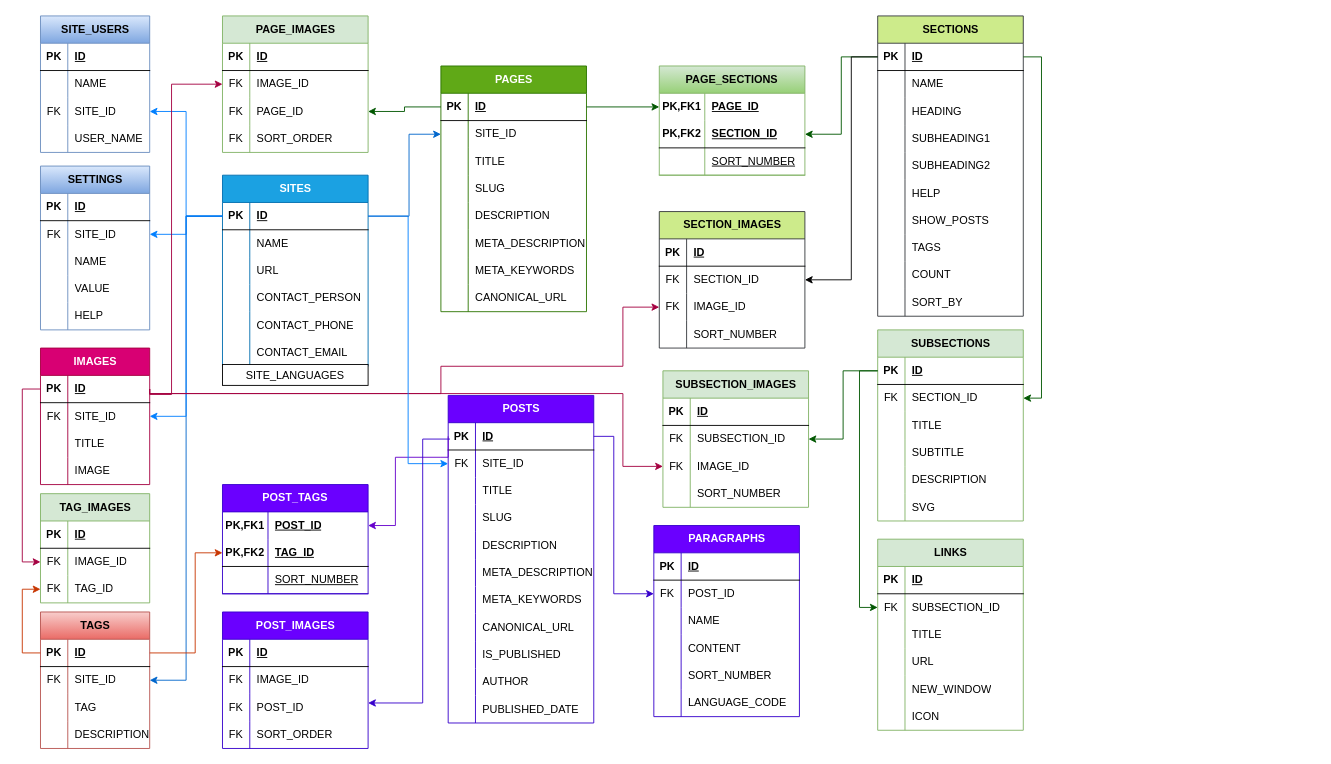
The draw.io diagram ercms.drawio in sudguru/draw-io, before the edit. Source tidied: cells renumbered, new cells numbered last; positions are measured from the earlier drawing's top-left corner, leaving out a move shared by most shapes. Both pictures are drawn from the tidied source at 91%, with x=0, y=0 at pixel (40, 15).
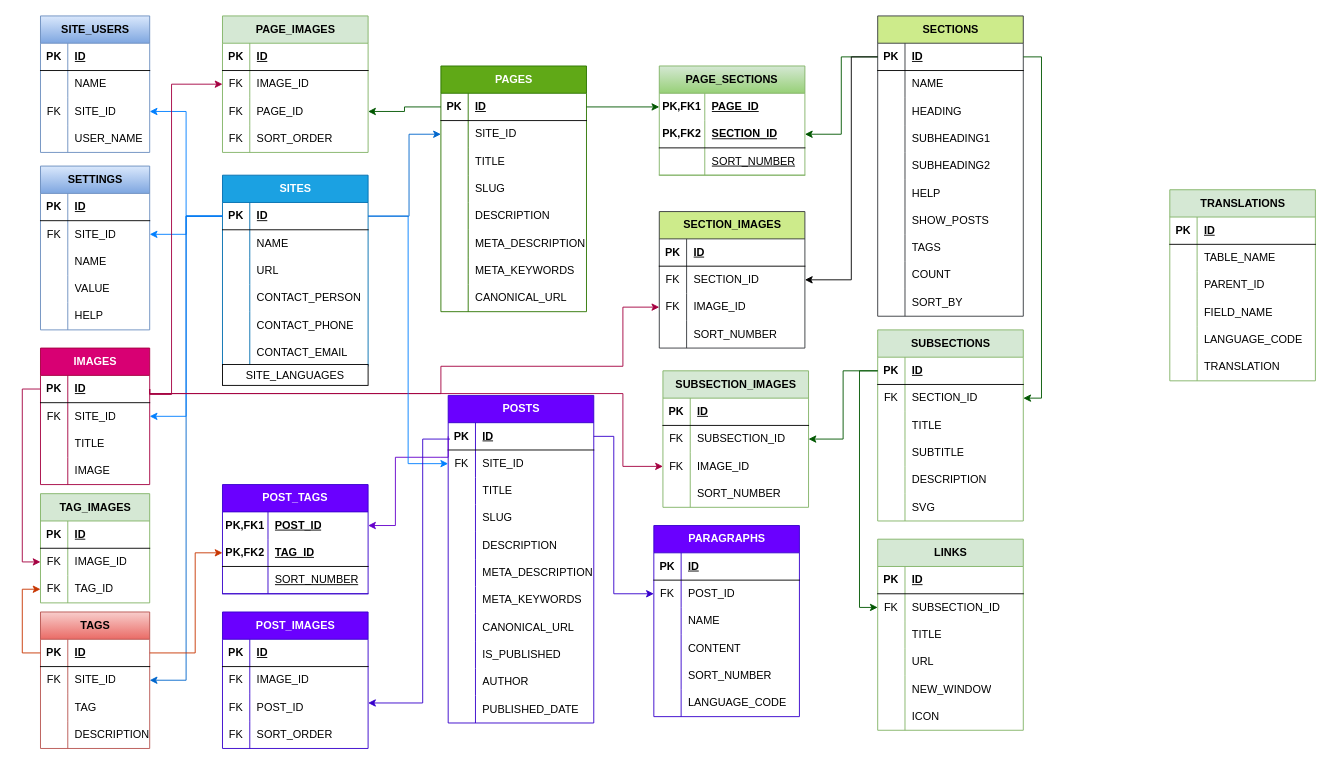
The same page after the edit.

Diff of the diagram source:
```diff
@@
+    <mxCell id="328" value="TRANSLATIONS" style="shape=table;startSize=30;childLayout=tableLayout;rowLines=0;fontStyle=1;align=center;html=1;fillColor=#d5e8d4;strokeColor=#82b366;" parent="1" vertex="1">
+      <mxGeometry x="1241" y="191" width="160" height="210" as="geometry" />
+    </mxCell>
+    <mxCell id="329" style="shape=tableRow;horizontal=0;startSize=0;swimlaneHead=0;swimlaneBody=0;fillColor=none;top=0;left=0;right=0;bottom=1;" parent="328" vertex="1">
+      <mxGeometry y="30" width="160" height="30" as="geometry" />
+    </mxCell>
+    <mxCell id="330" value="PK" style="shape=partialRectangle;fillColor=none;top=0;left=0;bottom=0;right=0;fontStyle=1;overflow=hidden;whiteSpace=wrap;html=1;" parent="329" vertex="1">
+      <mxGeometry width="30" height="30" as="geometry" />
+    </mxCell>
+    <mxCell id="331" value="ID" style="shape=partialRectangle;fillColor=none;top=0;left=0;bottom=0;right=0;align=left;spacingLeft=6;fontStyle=5;overflow=hidden;whiteSpace=wrap;html=1;" parent="329" vertex="1">
+      <mxGeometry x="30" width="130" height="30" as="geometry" />
+    </mxCell>
+    <mxCell id="332" style="shape=tableRow;horizontal=0;startSize=0;swimlaneHead=0;swimlaneBody=0;fillColor=none;top=0;left=0;right=0;bottom=0;" parent="328" vertex="1">
+      <mxGeometry y="60" width="160" height="30" as="geometry" />
+    </mxCell>
+    <mxCell id="333" style="shape=partialRectangle;fillColor=none;top=0;left=0;bottom=0;right=0;overflow=hidden;whiteSpace=wrap;html=1;" parent="332" vertex="1">
+      <mxGeometry width="30" height="30" as="geometry" />
+    </mxCell>
+    <mxCell id="334" value="TABLE_NAME" style="shape=partialRectangle;fillColor=none;top=0;left=0;bottom=0;right=0;align=left;spacingLeft=6;overflow=hidden;whiteSpace=wrap;html=1;" parent="332" vertex="1">
+      <mxGeometry x="30" width="130" height="30" as="geometry" />
+    </mxCell>
+    <mxCell id="335" style="shape=tableRow;horizontal=0;startSize=0;swimlaneHead=0;swimlaneBody=0;fillColor=none;top=0;left=0;right=0;bottom=0;" parent="328" vertex="1">
+      <mxGeometry y="90" width="160" height="30" as="geometry" />
+    </mxCell>
+    <mxCell id="336" style="shape=partialRectangle;fillColor=none;top=0;left=0;bottom=0;right=0;overflow=hidden;whiteSpace=wrap;html=1;" parent="335" vertex="1">
+      <mxGeometry width="30" height="30" as="geometry" />
+    </mxCell>
+    <mxCell id="337" value="PARENT_ID" style="shape=partialRectangle;fillColor=none;top=0;left=0;bottom=0;right=0;align=left;spacingLeft=6;overflow=hidden;whiteSpace=wrap;html=1;" parent="335" vertex="1">
+      <mxGeometry x="30" width="130" height="30" as="geometry" />
+    </mxCell>
+    <mxCell id="338" style="shape=tableRow;horizontal=0;startSize=0;swimlaneHead=0;swimlaneBody=0;fillColor=none;top=0;left=0;right=0;bottom=0;" parent="328" vertex="1">
+      <mxGeometry y="120" width="160" height="30" as="geometry" />
+    </mxCell>
+    <mxCell id="339" style="shape=partialRectangle;fillColor=none;top=0;left=0;bottom=0;right=0;overflow=hidden;whiteSpace=wrap;html=1;" parent="338" vertex="1">
+      <mxGeometry width="30" height="30" as="geometry" />
+    </mxCell>
+    <mxCell id="340" value="FIELD_NAME" style="shape=partialRectangle;fillColor=none;top=0;left=0;bottom=0;right=0;align=left;spacingLeft=6;overflow=hidden;whiteSpace=wrap;html=1;" parent="338" vertex="1">
+      <mxGeometry x="30" width="130" height="30" as="geometry" />
+    </mxCell>
+    <mxCell id="341" style="shape=tableRow;horizontal=0;startSize=0;swimlaneHead=0;swimlaneBody=0;fillColor=none;top=0;left=0;right=0;bottom=0;" parent="328" vertex="1">
+      <mxGeometry y="150" width="160" height="30" as="geometry" />
+    </mxCell>
+    <mxCell id="342" style="shape=partialRectangle;fillColor=none;top=0;left=0;bottom=0;right=0;overflow=hidden;whiteSpace=wrap;html=1;" parent="341" vertex="1">
+      <mxGeometry width="30" height="30" as="geometry" />
+    </mxCell>
+    <mxCell id="343" value="LANGUAGE_CODE" style="shape=partialRectangle;fillColor=none;top=0;left=0;bottom=0;right=0;align=left;spacingLeft=6;overflow=hidden;whiteSpace=wrap;html=1;" parent="341" vertex="1">
+      <mxGeometry x="30" width="130" height="30" as="geometry" />
+    </mxCell>
+    <mxCell id="344" style="shape=tableRow;horizontal=0;startSize=0;swimlaneHead=0;swimlaneBody=0;fillColor=none;top=0;left=0;right=0;bottom=0;" parent="328" vertex="1">
+      <mxGeometry y="180" width="160" height="30" as="geometry" />
+    </mxCell>
+    <mxCell id="345" style="shape=partialRectangle;fillColor=none;top=0;left=0;bottom=0;right=0;overflow=hidden;whiteSpace=wrap;html=1;" parent="344" vertex="1">
+      <mxGeometry width="30" height="30" as="geometry" />
+    </mxCell>
+    <mxCell id="346" value="TRANSLATION" style="shape=partialRectangle;fillColor=none;top=0;left=0;bottom=0;right=0;align=left;spacingLeft=6;overflow=hidden;whiteSpace=wrap;html=1;" parent="344" vertex="1">
+      <mxGeometry x="30" width="130" height="30" as="geometry" />
+    </mxCell>
```
